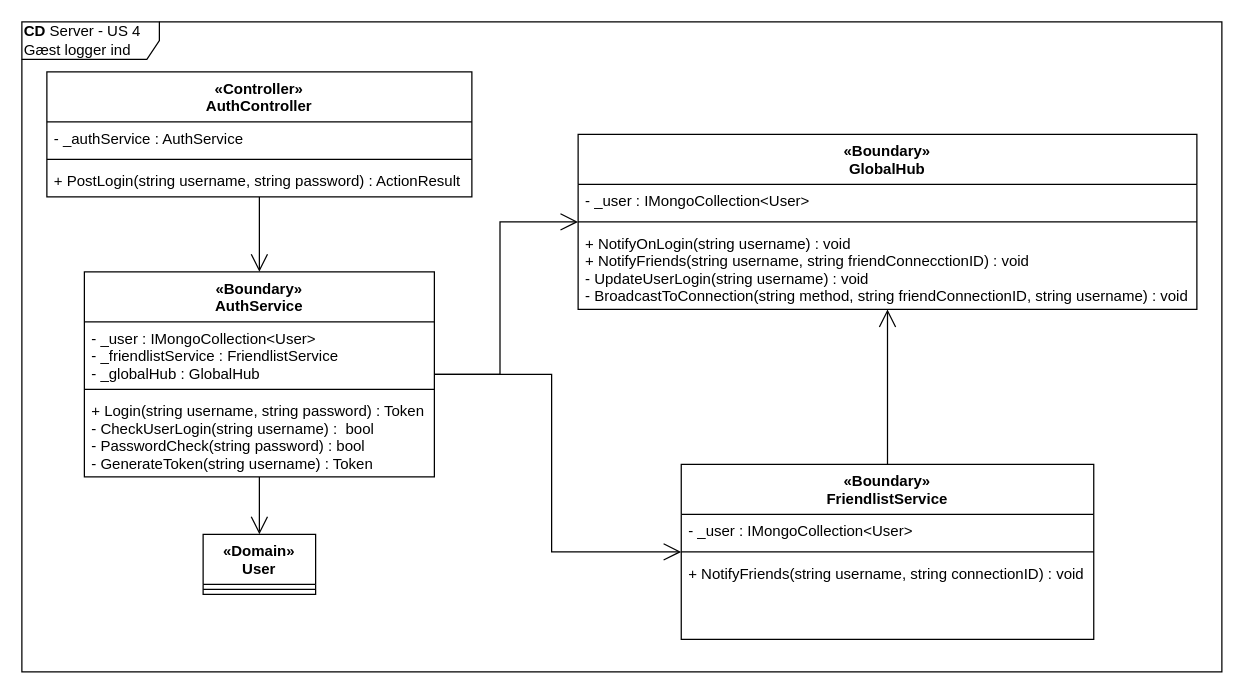
Before: page "CD-Server" (3 of 3) of diagrams/arkitektur/US4_login.drawio in Macradon/I7BAC-PlugNPlay, a draw.io diagram. Source tidied: cells renumbered, new cells numbered last; positions are measured from the earlier drawing's top-left corner, leaving out a move shared by most shapes. Both pictures are drawn from the tidied source at 125%, with x=0, y=0 at pixel (21, 21).
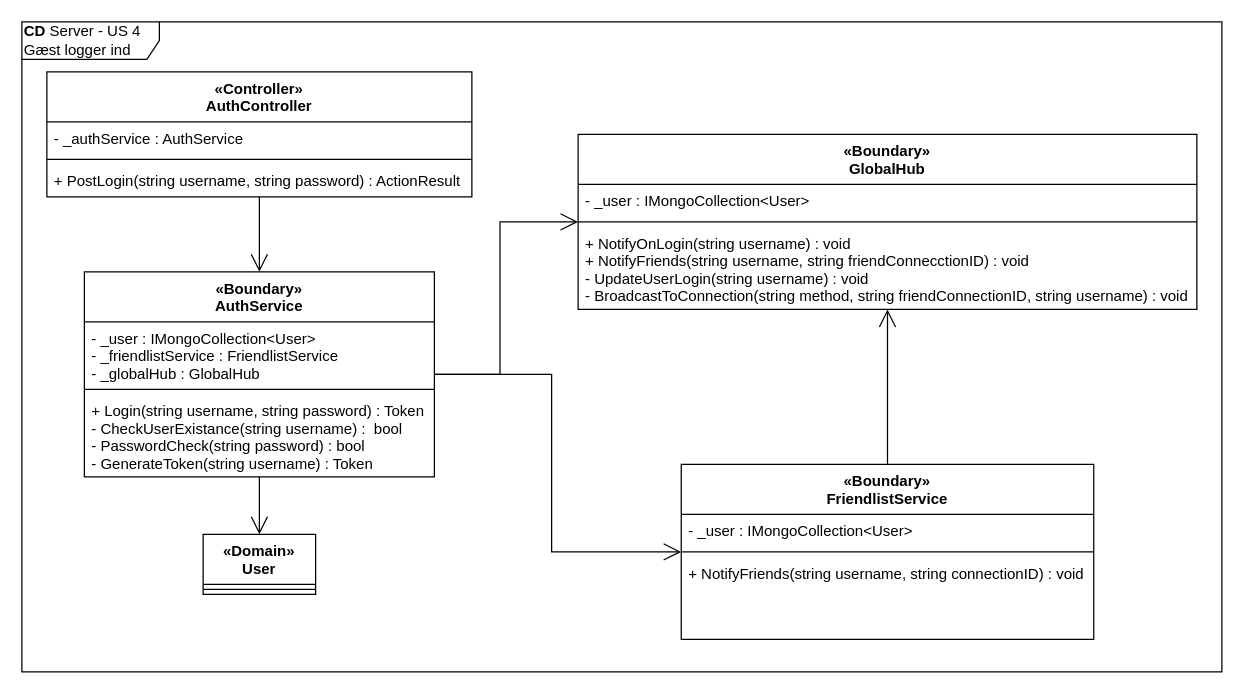
Above is the later version.

Unchanged cells that the change refers to:
```xml
<mxCell id="11" value="«Boundary»&#10;AuthService" style="swimlane;fontStyle=1;align=center;verticalAlign=top;horizontal=1;startSize=40;" parent="1" vertex="1">
  <mxGeometry x="50" y="200" width="280" height="164" as="geometry" />
</mxCell>
```

What changed in the source:
```diff
@@
-    <mxCell id="14" value="+ Login(string username, string password) : Token&#10;- CheckUserLogin(string username) :  bool&#10;- PasswordCheck(string password) : bool&#10;- GenerateToken(string username) : Token&#10;" style="text;strokeColor=none;fillColor=none;align=left;verticalAlign=top;spacingLeft=4;spacingRight=4;overflow=hidden;" parent="11" vertex="1">
+    <mxCell id="14" value="+ Login(string username, string password) : Token&#10;- CheckUserExistance(string username) :  bool&#10;- PasswordCheck(string password) : bool&#10;- GenerateToken(string username) : Token&#10;" style="text;strokeColor=none;fillColor=none;align=left;verticalAlign=top;spacingLeft=4;spacingRight=4;overflow=hidden;" parent="11" vertex="1">
       <mxGeometry y="98" width="280" height="66" as="geometry" />
     </mxCell>
```
